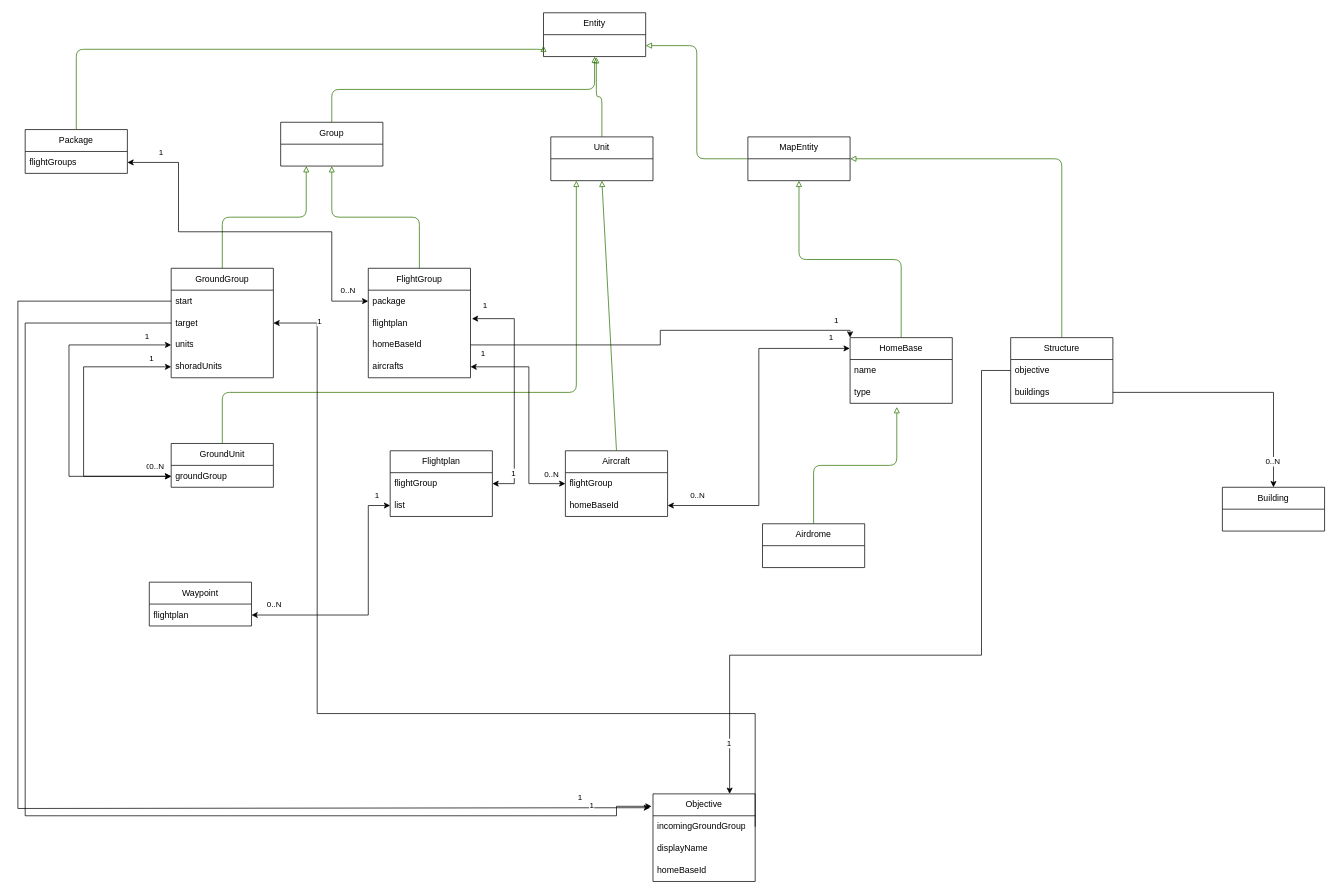
Earlier version of the draw.io diagram packages/workers/campaign/utils/ORM-entities.drawio (Kilcekru/dcc). Source tidied: cells renumbered, new cells numbered last; positions are measured from the earlier drawing's top-left corner, leaving out a move shared by most shapes. Both pictures are drawn from the tidied source at 73%, with x=0, y=0 at pixel (18, 12).
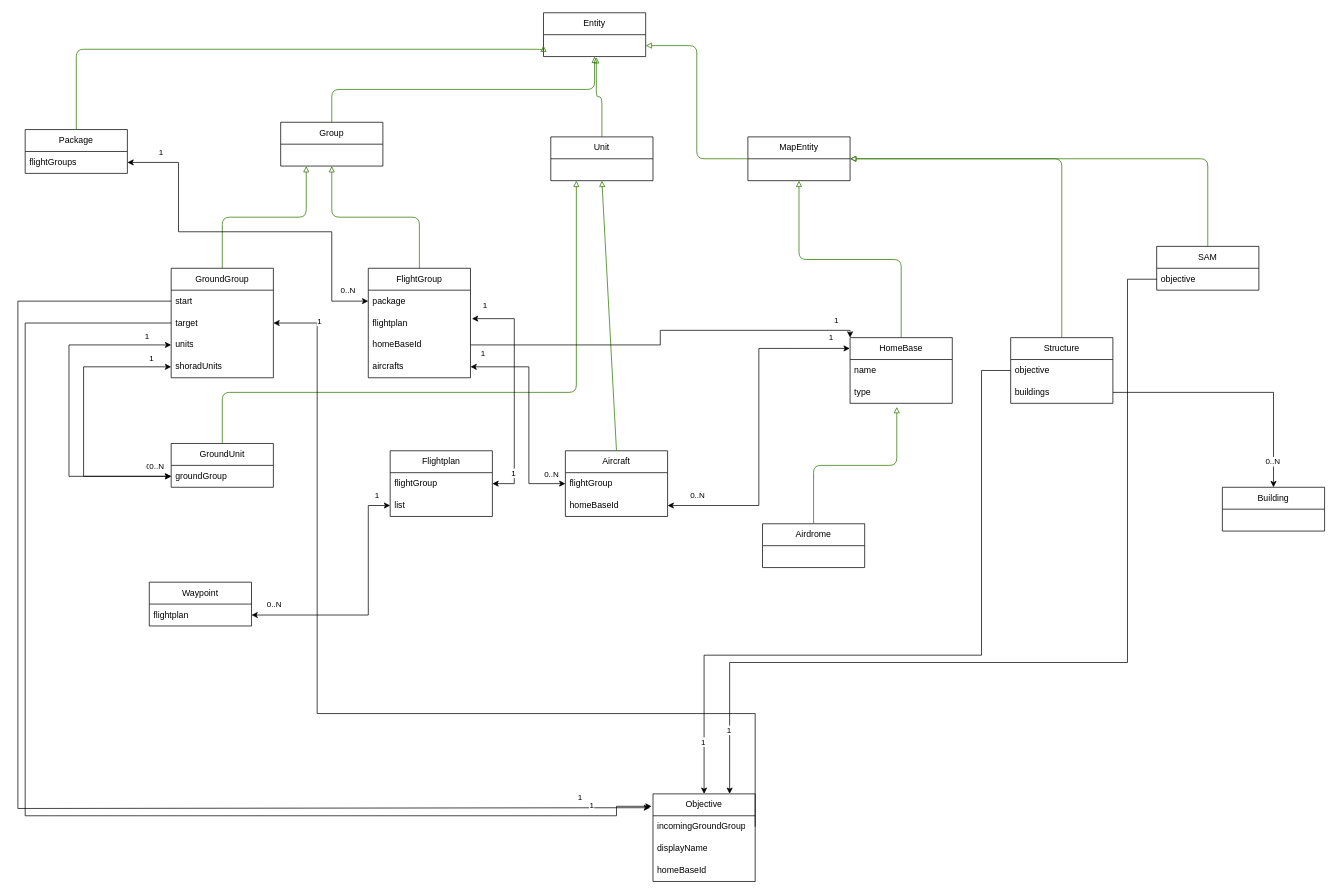
The same diagram, later.

Unchanged cells that the change refers to:
```xml
<mxCell id="15" value="Objective" style="swimlane;fontStyle=0;horizontal=1;startSize=30;whiteSpace=wrap;html=1;direction=east;" parent="1" vertex="1">
  <mxGeometry x="870" y="1070" width="140" height="120" as="geometry" />
</mxCell>
<mxCell id="49" value="objective" style="text;strokeColor=none;fillColor=none;align=left;verticalAlign=middle;spacingLeft=4;spacingRight=4;overflow=hidden;points=[[0,0.5],[1,0.5]];portConstraint=eastwest;whiteSpace=wrap;html=1;" parent="48" vertex="1">
  <mxGeometry y="30" width="140" height="30" as="geometry" />
</mxCell>
```

Diff of the diagram source:
```diff
@@
-    <mxCell id="81" style="endArrow=classic;startArrow=none;html=1;rounded=0;edgeStyle=orthogonalEdgeStyle;startFill=0;exitX=0;exitY=0.5;exitDx=0;exitDy=0;entryX=0.75;entryY=0;entryDx=0;entryDy=0;" parent="1" edge="1" source="49" target="15">
+    <mxCell id="81" style="endArrow=classic;startArrow=none;html=1;rounded=0;edgeStyle=orthogonalEdgeStyle;startFill=0;exitX=0;exitY=0.5;exitDx=0;exitDy=0;entryX=0.5;entryY=0;entryDx=0;entryDy=0;" parent="1" edge="1" source="49" target="15">
       <mxGeometry relative="1" as="geometry">
         <Array as="points">
           <mxPoint x="1320" y="490" />
           <mxPoint x="1320" y="880" />
-          <mxPoint x="975" y="880" />
+          <mxPoint x="940" y="880" />
         </Array>
       </mxGeometry>
     </mxCell>
@@
+    <mxCell id="85" value="SAM" style="swimlane;fontStyle=0;horizontal=1;startSize=30;whiteSpace=wrap;html=1;" parent="1" vertex="1">
+      <mxGeometry x="1560" y="320" width="140" height="60" as="geometry" />
+    </mxCell>
+    <mxCell id="86" value="objective" style="text;strokeColor=none;fillColor=none;align=left;verticalAlign=middle;spacingLeft=4;spacingRight=4;overflow=hidden;points=[[0,0.5],[1,0.5]];portConstraint=eastwest;whiteSpace=wrap;html=1;" parent="85" vertex="1">
+      <mxGeometry y="30" width="140" height="30" as="geometry" />
+    </mxCell>
+    <mxCell id="87" style="endArrow=classic;startArrow=none;html=1;rounded=0;edgeStyle=orthogonalEdgeStyle;startFill=0;exitX=0;exitY=0.5;exitDx=0;exitDy=0;entryX=0.75;entryY=0;entryDx=0;entryDy=0;" parent="1" edge="1" source="86" target="15">
+      <mxGeometry relative="1" as="geometry">
+        <Array as="points">
+          <mxPoint x="1520" y="365" />
+          <mxPoint x="1520" y="890" />
+          <mxPoint x="975" y="890" />
+        </Array>
+      </mxGeometry>
+    </mxCell>
+    <mxCell id="88" value="1" style="edgeLabel;html=1;align=center;verticalAlign=middle;" parent="87" vertex="1">
+      <mxGeometry x="0.89" y="-2" relative="1" as="geometry">
+        <mxPoint y="-17" as="offset" />
+      </mxGeometry>
+    </mxCell>
+    <mxCell id="89" style="endArrow=block;html=1;endFill=0;fillColor=#60a917;strokeColor=#2D7600;edgeStyle=elbowEdgeStyle;exitX=0.5;exitY=0;exitDx=0;exitDy=0;" parent="1" edge="1" source="85">
+      <mxGeometry relative="1" as="geometry">
+        <mxPoint x="1140" y="200" as="targetPoint" />
+        <Array as="points">
+          <mxPoint x="1630" y="280" />
+        </Array>
+      </mxGeometry>
+    </mxCell>
```
